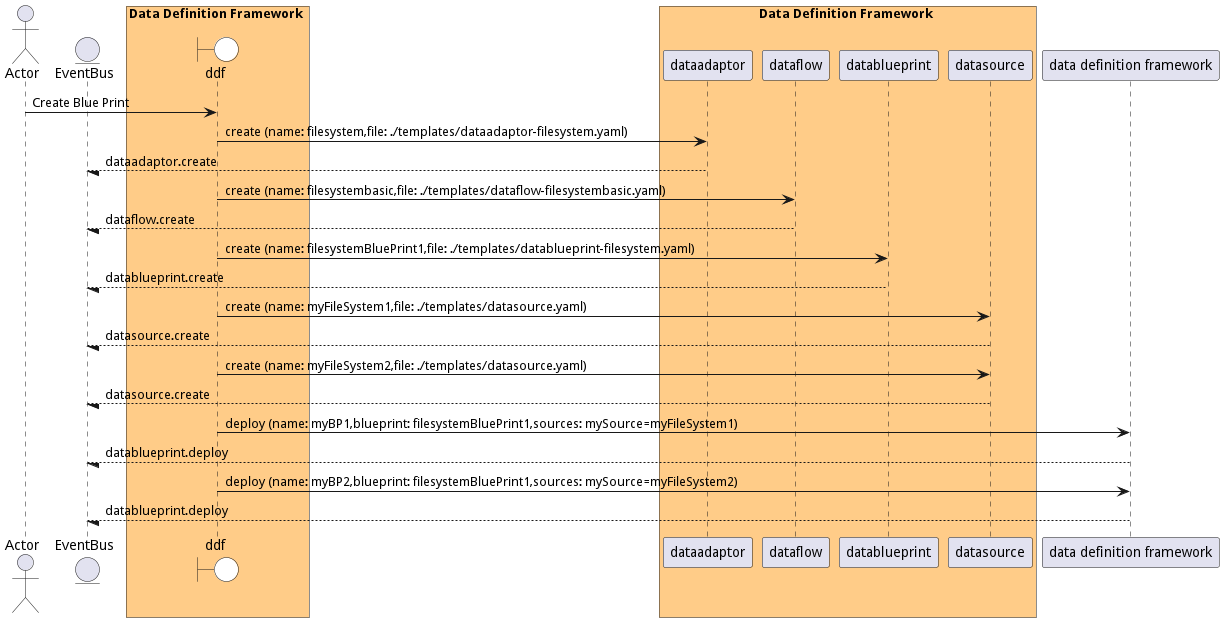
Before: docs/edgemere/diml/ddf/usecases/managedatablueprints/CreateBluePrint.png, a diagram exported from PlantUML (madajaju/edgemere). The source it was exported from:
```plantuml
@startuml

actor "Actor"


entity EventBus

box Data Definition Framework #ffcc88
    boundary ddf #white
end box


box Data Definition Framework #ffcc88
            participant dataadaptor
            participant dataflow
            participant datablueprint
            participant datasource
    end box


"Actor" -> ddf: Create Blue Print

    ddf -> "dataadaptor": create (name: filesystem,file: ./templates/dataadaptor-filesystem.yaml)

    "dataadaptor" --/ EventBus: dataadaptor.create

    ddf -> "dataflow": create (name: filesystembasic,file: ./templates/dataflow-filesystembasic.yaml)

    "dataflow" --/ EventBus: dataflow.create

    ddf -> "datablueprint": create (name: filesystemBluePrint1,file: ./templates/datablueprint-filesystem.yaml)

    "datablueprint" --/ EventBus: datablueprint.create

    ddf -> "datasource": create (name: myFileSystem1,file: ./templates/datasource.yaml)

    "datasource" --/ EventBus: datasource.create

    ddf -> "datasource": create (name: myFileSystem2,file: ./templates/datasource.yaml)

    "datasource" --/ EventBus: datasource.create

    ddf -> "data definition framework": deploy (name: myBP1,blueprint: filesystemBluePrint1,sources: mySource=myFileSystem1)

    "data definition framework" --/ EventBus: datablueprint.deploy

    ddf -> "data definition framework": deploy (name: myBP2,blueprint: filesystemBluePrint1,sources: mySource=myFileSystem2)

    "data definition framework" --/ EventBus: datablueprint.deploy



@enduml
```
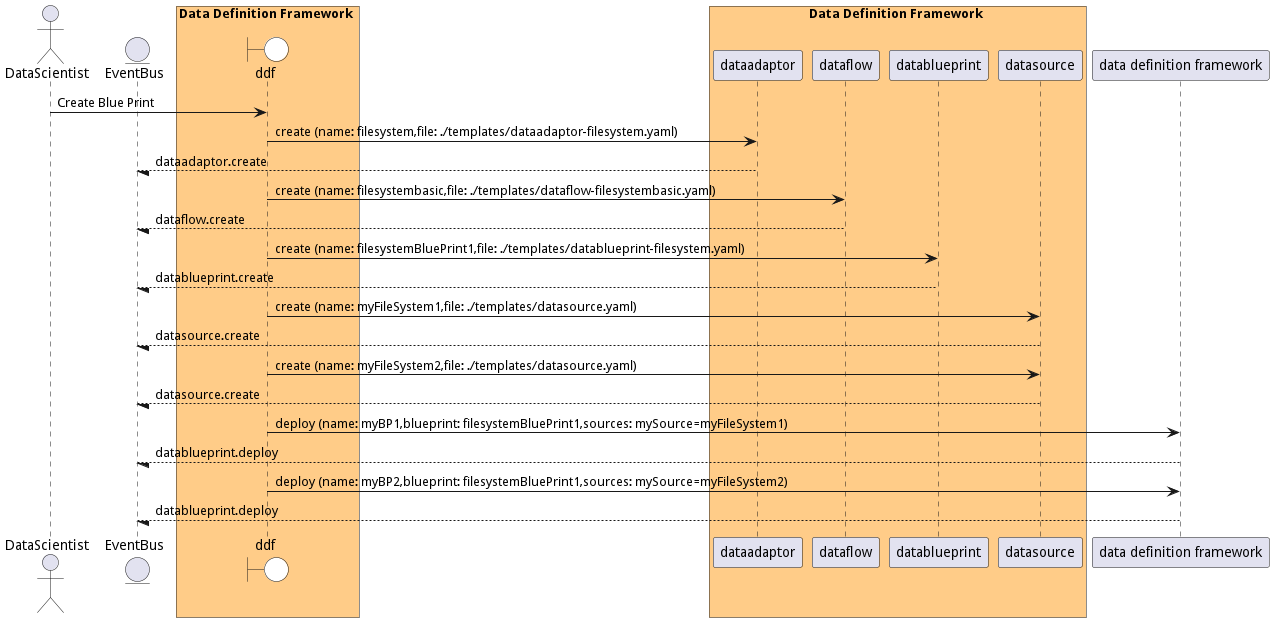
After the commit.

What changed in the source:
```diff
@@ -1,6 +1,6 @@
 @startuml
 
-actor "Actor"
+actor "DataScientist"
 
 
 entity EventBus
@@ -18,7 +18,7 @@
     end box
 
 
-"Actor" -> ddf: Create Blue Print
+"DataScientist" -> ddf: Create Blue Print
 
     ddf -> "dataadaptor": create (name: filesystem,file: ./templates/dataadaptor-filesystem.yaml)
 
```
